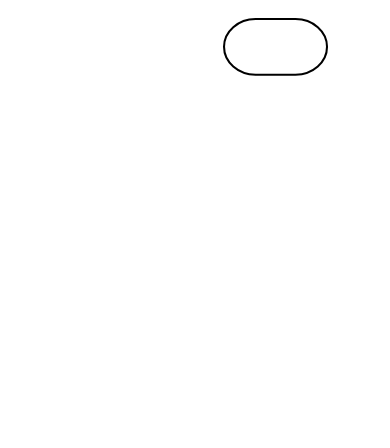
The draw.io diagram DIAGRAMMING & FLOWCHARTING/Transaction Completion Process.drawio in Xhevahir2002/Personal_Projects, before the edit. Source tidied: cells renumbered, new cells numbered last; positions are measured from the earlier drawing's top-left corner, leaving out a move shared by most shapes. Both pictures are drawn from the tidied source at 103%, with x=0, y=0 at pixel (127, 19).
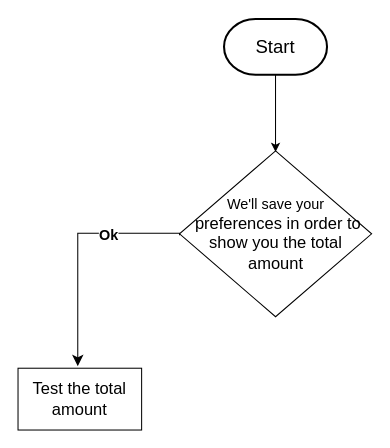
After the change.

What changed in the source:
```diff
@@
 <mxGraphModel>
   <root>
     <mxCell id="0" />
     <mxCell id="1" parent="0" />
     <mxCell id="2" style="rounded=0;html=1;jettySize=auto;orthogonalLoop=1;fontSize=11;endArrow=block;endFill=0;endSize=8;strokeWidth=1;shadow=0;labelBackgroundColor=none;edgeStyle=orthogonalEdgeStyle;" parent="1" edge="1">
       <mxGeometry relative="1" as="geometry">
-        <mxPoint y="48" as="sourcePoint" />
+        <mxPoint x="-50" y="42" as="sourcePoint" />
       </mxGeometry>
     </mxCell>
     <mxCell id="3" value="No" style="edgeStyle=orthogonalEdgeStyle;rounded=0;html=1;jettySize=auto;orthogonalLoop=1;fontSize=11;endArrow=block;endFill=0;endSize=8;strokeWidth=1;shadow=0;labelBackgroundColor=none;" parent="1" edge="1">
       <mxGeometry y="10" relative="1" as="geometry">
-        <mxPoint x="50" y="138" as="sourcePoint" />
+        <mxPoint y="132" as="sourcePoint" />
       </mxGeometry>
     </mxCell>
-    <mxCell id="4" style="strokeWidth=2;html=1;shape=mxgraph.flowchart.terminator;whiteSpace=wrap;" parent="1" vertex="1">
+    <mxCell id="4" value="&lt;font style=&quot;font-size: 18px;&quot;&gt;Start&lt;/font&gt;" style="strokeWidth=2;html=1;shape=mxgraph.flowchart.terminator;whiteSpace=wrap;" parent="1" vertex="1">
       <mxGeometry x="94" width="100" height="54" as="geometry" />
     </mxCell>
+    <mxCell id="5" style="endArrow=classic;html=1;rounded=0;" parent="1" edge="1">
+      <mxGeometry relative="1" as="geometry">
+        <mxPoint x="144" y="54" as="sourcePoint" />
+        <mxPoint x="144" y="129" as="targetPoint" />
+      </mxGeometry>
+    </mxCell>
+    <mxCell id="6" value="&lt;font style=&quot;font-size: 14px;&quot;&gt;We'll save your&lt;/font&gt;&lt;div&gt;&lt;font size=&quot;3&quot;&gt;&amp;nbsp;preferences in order to show you the total amount&lt;/font&gt;&lt;/div&gt;" style="rhombus;whiteSpace=wrap;html=1;" parent="1" vertex="1">
+      <mxGeometry x="50.8" y="128" width="186.5" height="161" as="geometry" />
+    </mxCell>
+    <mxCell id="7" style="edgeStyle=segmentEdgeStyle;endArrow=classic;html=1;curved=0;rounded=0;endSize=8;startSize=8;" parent="1" edge="1">
+      <mxGeometry relative="1" as="geometry">
+        <mxPoint x="50.8" y="210" as="sourcePoint" />
+        <mxPoint x="-48" y="337" as="targetPoint" />
+        <Array as="points">
+          <mxPoint x="51" y="208" />
+          <mxPoint x="-48" y="208" />
+          <mxPoint x="-48" y="277" />
+        </Array>
+      </mxGeometry>
+    </mxCell>
+    <mxCell id="8" value="&lt;font style=&quot;font-size: 14px;&quot;&gt;&lt;b&gt;Ok&lt;/b&gt;&lt;/font&gt;" style="edgeLabel;html=1;align=center;verticalAlign=middle;" parent="7" vertex="1">
+      <mxGeometry x="-0.37" y="-3" relative="1" as="geometry">
+        <mxPoint x="1" y="4" as="offset" />
+      </mxGeometry>
+    </mxCell>
+    <mxCell id="9" value="&lt;font size=&quot;3&quot;&gt;Test the total amount&lt;/font&gt;" style="rounded=0;whiteSpace=wrap;html=1;" parent="1" vertex="1">
+      <mxGeometry x="-106" y="339" width="120" height="60" as="geometry" />
+    </mxCell>
   </root>
 </mxGraphModel>
```
